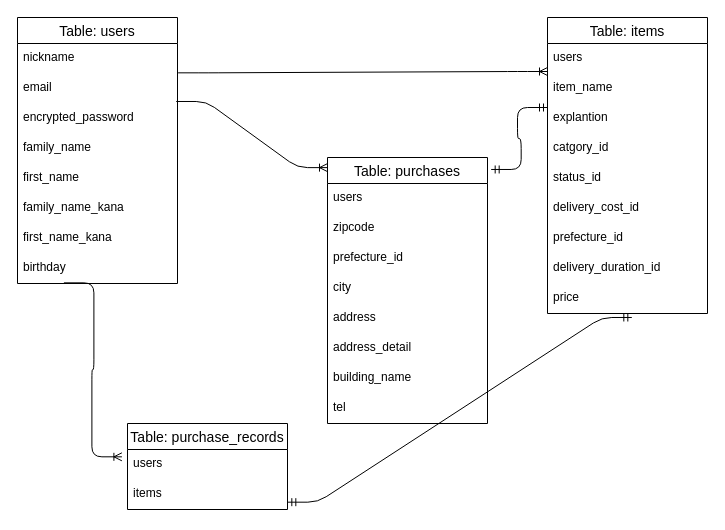
Earlier version of the draw.io diagram ER.dio (John-Willy-Brandt/furima-46330). Source tidied: cells renumbered, new cells numbered last; positions are measured from the earlier drawing's top-left corner, leaving out a move shared by most shapes. Both pictures are drawn from the tidied source at 100%, with x=0, y=0 at pixel (7, 17).
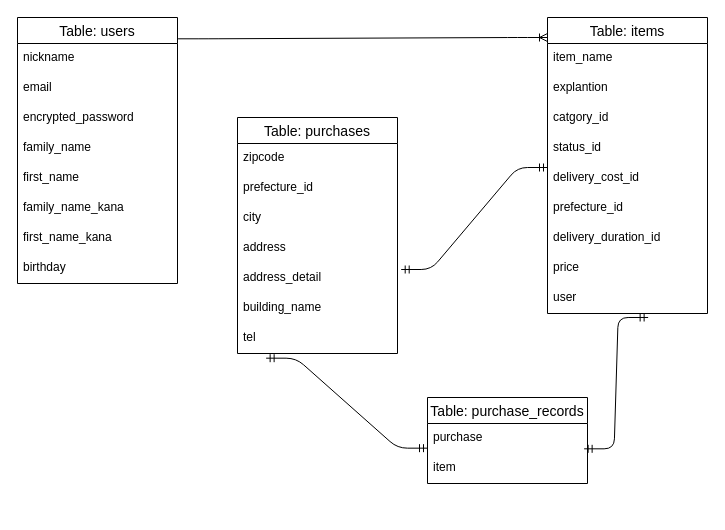
Above is the later version.

The change refers to these unchanged cells:
```xml
<mxCell id="3" value="nickname" style="text;strokeColor=none;fillColor=none;spacingLeft=4;spacingRight=4;overflow=hidden;points=[[0,0.5],[1,0.5]];portConstraint=eastwest;fontSize=12;whiteSpace=wrap;html=1;" parent="2" vertex="1">
  <mxGeometry y="26" width="160" height="30" as="geometry" />
</mxCell>
<mxCell id="5" value="encrypted_password" style="text;strokeColor=none;fillColor=none;spacingLeft=4;spacingRight=4;overflow=hidden;points=[[0,0.5],[1,0.5]];portConstraint=eastwest;fontSize=12;whiteSpace=wrap;html=1;" parent="2" vertex="1">
  <mxGeometry y="86" width="160" height="30" as="geometry" />
</mxCell>
<mxCell id="10" value="birthday" style="text;strokeColor=none;fillColor=none;spacingLeft=4;spacingRight=4;overflow=hidden;points=[[0,0.5],[1,0.5]];portConstraint=eastwest;fontSize=12;whiteSpace=wrap;html=1;" parent="2" vertex="1">
  <mxGeometry y="236" width="160" height="30" as="geometry" />
</mxCell>
<mxCell id="11" value="Table: items" style="swimlane;fontStyle=0;horizontal=1;startSize=26;align=center;fontSize=14;" parent="1" vertex="1">
  <mxGeometry x="540" width="160" height="296" as="geometry" />
</mxCell>
```

The edit, as a diff of the source:
```diff
@@
-    <mxCell id="12" value="users" style="text;strokeColor=none;fillColor=none;spacingLeft=4;spacingRight=4;overflow=hidden;fontSize=12;whiteSpace=wrap;html=1;" parent="11" vertex="1">
-      <mxGeometry y="26" width="160" height="30" as="geometry" />
-    </mxCell>
     <mxCell id="13" value="item_name" style="text;strokeColor=none;fillColor=none;spacingLeft=4;spacingRight=4;overflow=hidden;fontSize=12;whiteSpace=wrap;html=1;" parent="11" vertex="1">
-      <mxGeometry y="56" width="160" height="30" as="geometry" />
+      <mxGeometry y="26" width="160" height="30" as="geometry" />
     </mxCell>
     <mxCell id="14" value="explantion&lt;div&gt;&lt;br&gt;&lt;/div&gt;" style="text;strokeColor=none;fillColor=none;spacingLeft=4;spacingRight=4;overflow=hidden;fontSize=12;whiteSpace=wrap;html=1;" parent="11" vertex="1">
-      <mxGeometry y="86" width="160" height="30" as="geometry" />
+      <mxGeometry y="56" width="160" height="30" as="geometry" />
     </mxCell>
     <mxCell id="15" value="catgory_id&amp;nbsp;" style="text;strokeColor=none;fillColor=none;spacingLeft=4;spacingRight=4;overflow=hidden;fontSize=12;whiteSpace=wrap;html=1;" parent="11" vertex="1">
-      <mxGeometry y="116" width="160" height="30" as="geometry" />
+      <mxGeometry y="86" width="160" height="30" as="geometry" />
     </mxCell>
     <mxCell id="16" value="status_id&amp;nbsp;" style="text;strokeColor=none;fillColor=none;spacingLeft=4;spacingRight=4;overflow=hidden;fontSize=12;whiteSpace=wrap;html=1;" parent="11" vertex="1">
-      <mxGeometry y="146" width="160" height="30" as="geometry" />
+      <mxGeometry y="116" width="160" height="30" as="geometry" />
     </mxCell>
     <mxCell id="17" value="delivery_cost_id&amp;nbsp;" style="text;strokeColor=none;fillColor=none;spacingLeft=4;spacingRight=4;overflow=hidden;fontSize=12;whiteSpace=wrap;html=1;" parent="11" vertex="1">
-      <mxGeometry y="176" width="160" height="30" as="geometry" />
+      <mxGeometry y="146" width="160" height="30" as="geometry" />
     </mxCell>
     <mxCell id="18" value="prefecture_id" style="text;strokeColor=none;fillColor=none;spacingLeft=4;spacingRight=4;overflow=hidden;fontSize=12;whiteSpace=wrap;html=1;" parent="11" vertex="1">
-      <mxGeometry y="206" width="160" height="30" as="geometry" />
+      <mxGeometry y="176" width="160" height="30" as="geometry" />
     </mxCell>
     <mxCell id="19" value="delivery_duration_id" style="text;strokeColor=none;fillColor=none;spacingLeft=4;spacingRight=4;overflow=hidden;fontSize=12;whiteSpace=wrap;html=1;" parent="11" vertex="1">
-      <mxGeometry y="236" width="160" height="30" as="geometry" />
+      <mxGeometry y="206" width="160" height="30" as="geometry" />
     </mxCell>
+    <mxCell id="38" value="&lt;span style=&quot;color: rgb(0, 0, 0);&quot;&gt;price&lt;/span&gt;" style="text;strokeColor=none;fillColor=none;spacingLeft=4;spacingRight=4;overflow=hidden;fontSize=12;whiteSpace=wrap;html=1;" parent="11" vertex="1">
+      <mxGeometry y="236" width="160" height="30" as="geometry" />
+    </mxCell>
-    <mxCell id="20" value="price" style="text;strokeColor=none;fillColor=none;spacingLeft=4;spacingRight=4;overflow=hidden;points=[[0,0.5],[1,0.5]];portConstraint=eastwest;fontSize=12;whiteSpace=wrap;html=1;" parent="11" vertex="1">
+    <mxCell id="20" value="user" style="text;strokeColor=none;fillColor=none;spacingLeft=4;spacingRight=4;overflow=hidden;points=[[0,0.5],[1,0.5]];portConstraint=eastwest;fontSize=12;whiteSpace=wrap;html=1;" parent="11" vertex="1">
       <mxGeometry y="266" width="160" height="30" as="geometry" />
     </mxCell>
     <mxCell id="21" value="Table: purchases" style="swimlane;fontStyle=0;horizontal=1;startSize=26;align=center;fontSize=14;" parent="1" vertex="1">
-      <mxGeometry x="320" y="140" width="160" height="266" as="geometry" />
+      <mxGeometry x="230" y="100" width="160" height="236" as="geometry" />
     </mxCell>
-    <mxCell id="22" value="users" style="text;strokeColor=none;fillColor=none;spacingLeft=4;spacingRight=4;overflow=hidden;fontSize=12;whiteSpace=wrap;html=1;" parent="21" vertex="1">
-      <mxGeometry y="26" width="160" height="30" as="geometry" />
-    </mxCell>
     <mxCell id="23" value="&lt;div&gt;zipcode&lt;/div&gt;" style="text;strokeColor=none;fillColor=none;spacingLeft=4;spacingRight=4;overflow=hidden;fontSize=12;whiteSpace=wrap;html=1;" parent="21" vertex="1">
-      <mxGeometry y="56" width="160" height="30" as="geometry" />
+      <mxGeometry y="26" width="160" height="30" as="geometry" />
     </mxCell>
     <mxCell id="24" value="prefecture_id" style="text;strokeColor=none;fillColor=none;spacingLeft=4;spacingRight=4;overflow=hidden;fontSize=12;whiteSpace=wrap;html=1;" parent="21" vertex="1">
-      <mxGeometry y="86" width="160" height="30" as="geometry" />
+      <mxGeometry y="56" width="160" height="30" as="geometry" />
     </mxCell>
     <mxCell id="25" value="city" style="text;strokeColor=none;fillColor=none;spacingLeft=4;spacingRight=4;overflow=hidden;fontSize=12;whiteSpace=wrap;html=1;" parent="21" vertex="1">
-      <mxGeometry y="116" width="160" height="30" as="geometry" />
+      <mxGeometry y="86" width="160" height="30" as="geometry" />
     </mxCell>
     <mxCell id="26" value="address" style="text;strokeColor=none;fillColor=none;spacingLeft=4;spacingRight=4;overflow=hidden;fontSize=12;whiteSpace=wrap;html=1;" parent="21" vertex="1">
-      <mxGeometry y="146" width="160" height="30" as="geometry" />
+      <mxGeometry y="116" width="160" height="30" as="geometry" />
     </mxCell>
     <mxCell id="27" value="address_detail" style="text;strokeColor=none;fillColor=none;spacingLeft=4;spacingRight=4;overflow=hidden;fontSize=12;whiteSpace=wrap;html=1;" parent="21" vertex="1">
-      <mxGeometry y="176" width="160" height="30" as="geometry" />
+      <mxGeometry y="146" width="160" height="30" as="geometry" />
     </mxCell>
     <mxCell id="28" value="building_name" style="text;strokeColor=none;fillColor=none;spacingLeft=4;spacingRight=4;overflow=hidden;fontSize=12;whiteSpace=wrap;html=1;" parent="21" vertex="1">
-      <mxGeometry y="206" width="160" height="30" as="geometry" />
+      <mxGeometry y="176" width="160" height="30" as="geometry" />
     </mxCell>
     <mxCell id="29" value="tel" style="text;strokeColor=none;fillColor=none;spacingLeft=4;spacingRight=4;overflow=hidden;points=[[0,0.5],[1,0.5]];portConstraint=eastwest;fontSize=12;whiteSpace=wrap;html=1;" parent="21" vertex="1">
-      <mxGeometry y="236" width="160" height="30" as="geometry" />
+      <mxGeometry y="206" width="160" height="30" as="geometry" />
     </mxCell>
-    <mxCell id="30" style="edgeStyle=entityRelationEdgeStyle;fontSize=12;html=1;endArrow=ERmandOne;startArrow=ERmandOne;exitX=1.023;exitY=0.045;exitDx=0;exitDy=0;exitPerimeter=0;" parent="1" edge="1" source="21">
+    <mxCell id="30" style="edgeStyle=entityRelationEdgeStyle;fontSize=12;html=1;endArrow=ERmandOne;startArrow=ERmandOne;exitX=1.023;exitY=0.045;exitDx=0;exitDy=0;exitPerimeter=0;" parent="1" edge="1">
       <mxGeometry relative="1" as="geometry">
-        <mxPoint x="540" y="90" as="targetPoint" />
+        <mxPoint x="393.7" y="252" as="sourcePoint" />
+        <mxPoint x="540" y="150" as="targetPoint" />
         <Array as="points">
-          <mxPoint x="487.6" y="420" />
-          <mxPoint x="537.6" y="250" />
-          <mxPoint x="557.6" y="330" />
-          <mxPoint x="517.6" y="350" />
-          <mxPoint x="537.6" y="380" />
-          <mxPoint x="477.6" y="300" />
+          <mxPoint x="487.6" y="480" />
+          <mxPoint x="537.6" y="310" />
+          <mxPoint x="557.6" y="390" />
+          <mxPoint x="517.6" y="410" />
+          <mxPoint x="537.6" y="440" />
+          <mxPoint x="477.6" y="360" />
         </Array>
       </mxGeometry>
     </mxCell>
-    <mxCell id="31" style="edgeStyle=entityRelationEdgeStyle;fontSize=12;html=1;endArrow=ERoneToMany;exitX=1.004;exitY=0.978;exitDx=0;exitDy=0;exitPerimeter=0;" parent="1" edge="1" source="3">
+    <mxCell id="31" style="edgeStyle=entityRelationEdgeStyle;fontSize=12;html=1;endArrow=ERoneToMany;exitX=1.004;exitY=0.978;exitDx=0;exitDy=0;exitPerimeter=0;" parent="1" edge="1">
       <mxGeometry relative="1" as="geometry">
-        <mxPoint x="540" y="54" as="targetPoint" />
+        <mxPoint x="170.6" y="21.3" as="sourcePoint" />
+        <mxPoint x="540" y="20" as="targetPoint" />
       </mxGeometry>
     </mxCell>
-    <mxCell id="32" style="edgeStyle=entityRelationEdgeStyle;fontSize=12;html=1;endArrow=ERoneToMany;exitX=0.992;exitY=-0.067;exitDx=0;exitDy=0;exitPerimeter=0;entryX=0;entryY=0.038;entryDx=0;entryDy=0;entryPerimeter=0;" parent="1" edge="1" source="5" target="21">
-      <mxGeometry relative="1" as="geometry" />
-    </mxCell>
     <mxCell id="33" value="Table: purchase_records" style="swimlane;fontStyle=0;horizontal=1;startSize=26;align=center;fontSize=14;" parent="1" vertex="1">
-      <mxGeometry x="120" y="406" width="160" height="86" as="geometry" />
+      <mxGeometry x="420" y="380" width="160" height="86" as="geometry" />
     </mxCell>
-    <mxCell id="34" value="users" style="text;strokeColor=none;fillColor=none;spacingLeft=4;spacingRight=4;overflow=hidden;points=[[0,0.5],[1,0.5]];portConstraint=eastwest;fontSize=12;whiteSpace=wrap;html=1;" parent="33" vertex="1">
+    <mxCell id="34" value="purchase" style="text;strokeColor=none;fillColor=none;spacingLeft=4;spacingRight=4;overflow=hidden;points=[[0,0.5],[1,0.5]];portConstraint=eastwest;fontSize=12;whiteSpace=wrap;html=1;" parent="33" vertex="1">
       <mxGeometry y="26" width="160" height="30" as="geometry" />
     </mxCell>
-    <mxCell id="35" value="items" style="text;strokeColor=none;fillColor=none;spacingLeft=4;spacingRight=4;overflow=hidden;points=[[0,0.5],[1,0.5]];portConstraint=eastwest;fontSize=12;whiteSpace=wrap;html=1;" parent="33" vertex="1">
+    <mxCell id="35" value="item" style="text;strokeColor=none;fillColor=none;spacingLeft=4;spacingRight=4;overflow=hidden;points=[[0,0.5],[1,0.5]];portConstraint=eastwest;fontSize=12;whiteSpace=wrap;html=1;" parent="33" vertex="1">
       <mxGeometry y="56" width="160" height="30" as="geometry" />
     </mxCell>
-    <mxCell id="36" style="edgeStyle=entityRelationEdgeStyle;fontSize=12;html=1;endArrow=ERoneToMany;exitX=0.29;exitY=0.978;exitDx=0;exitDy=0;entryX=-0.035;entryY=0.244;entryDx=0;entryDy=0;entryPerimeter=0;exitPerimeter=0;" parent="1" edge="1" source="10" target="34">
-      <mxGeometry relative="1" as="geometry">
-        <Array as="points">
-          <mxPoint x="180" y="130" />
-          <mxPoint y="260" />
-        </Array>
-      </mxGeometry>
-    </mxCell>
-    <mxCell id="37" style="edgeStyle=entityRelationEdgeStyle;fontSize=12;html=1;endArrow=ERmandOne;startArrow=ERmandOne;exitX=1.002;exitY=0.756;exitDx=0;exitDy=0;exitPerimeter=0;entryX=0.527;entryY=1.133;entryDx=0;entryDy=0;entryPerimeter=0;" parent="1" edge="1" source="35" target="20">
+    <mxCell id="37" style="edgeStyle=entityRelationEdgeStyle;fontSize=12;html=1;endArrow=ERmandOne;startArrow=ERmandOne;exitX=0;exitY=0.822;exitDx=0;exitDy=0;exitPerimeter=0;entryX=0.179;entryY=1.156;entryDx=0;entryDy=0;entryPerimeter=0;" parent="1" edge="1" source="34" target="29">
       <mxGeometry relative="1" as="geometry">
         <Array as="points">
-          <mxPoint x="593.6" y="688" />
-          <mxPoint x="643.6" y="518" />
-          <mxPoint x="663.6" y="598" />
-          <mxPoint x="623.6" y="618" />
-          <mxPoint x="643.6" y="648" />
-          <mxPoint x="583.6" y="568" />
+          <mxPoint x="153.3" y="684" />
+          <mxPoint x="203.3" y="514" />
+          <mxPoint x="223.3" y="594" />
+          <mxPoint x="183.3" y="614" />
+          <mxPoint x="203.3" y="644" />
+          <mxPoint x="143.3" y="564" />
         </Array>
       </mxGeometry>
     </mxCell>
+    <mxCell id="39" style="edgeStyle=entityRelationEdgeStyle;fontSize=12;html=1;endArrow=ERmandOne;startArrow=ERmandOne;exitX=0.979;exitY=-0.156;exitDx=0;exitDy=0;exitPerimeter=0;entryX=0.629;entryY=1.133;entryDx=0;entryDy=0;entryPerimeter=0;" parent="1" edge="1" source="35" target="20">
+      <mxGeometry relative="1" as="geometry">
+        <Array as="points">
+          <mxPoint x="163.3" y="694" />
+          <mxPoint x="213.3" y="524" />
+          <mxPoint x="233.3" y="604" />
+          <mxPoint x="193.3" y="624" />
+          <mxPoint x="213.3" y="654" />
+          <mxPoint x="153.3" y="574" />
+        </Array>
+      </mxGeometry>
+    </mxCell>
```
